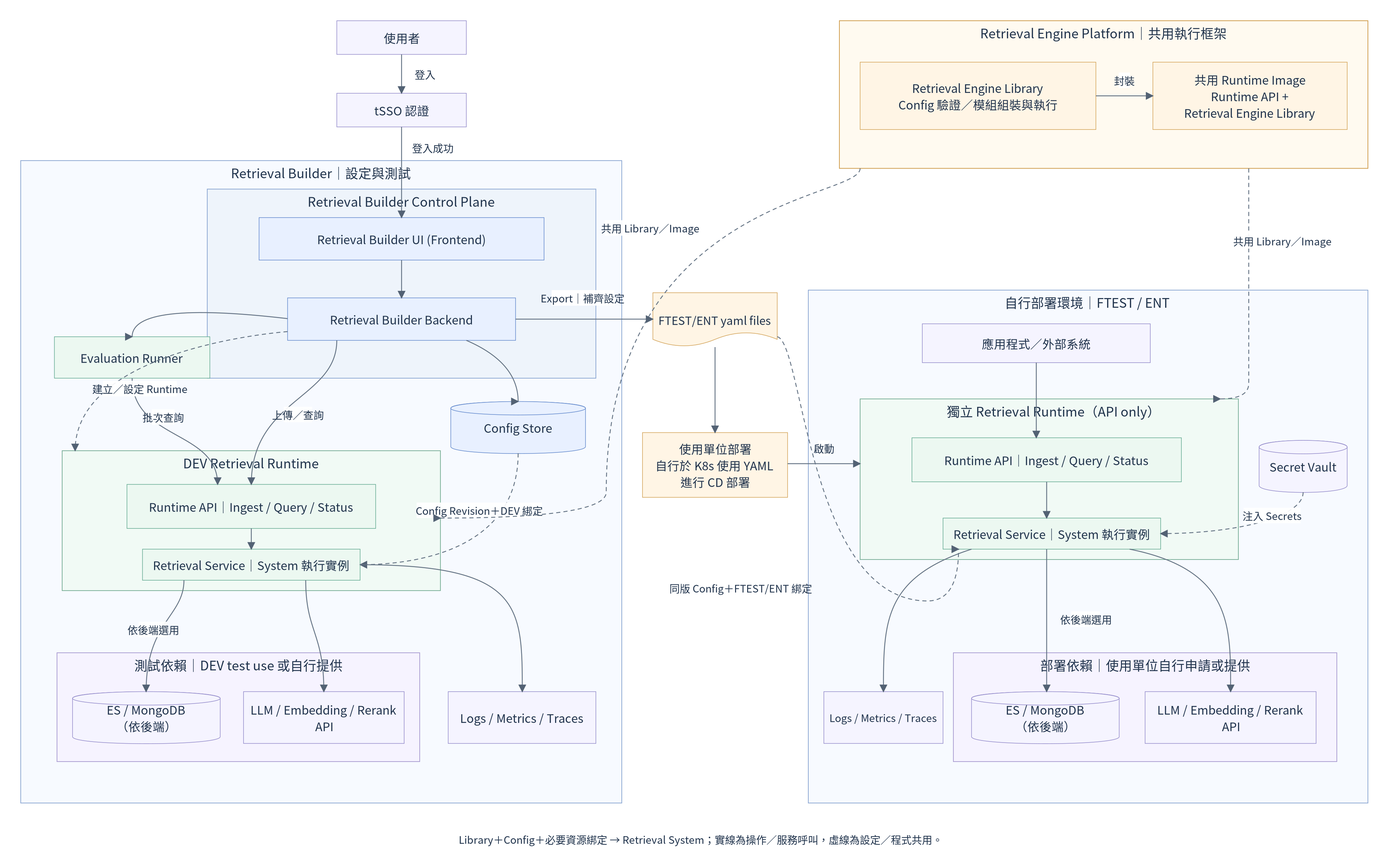
Above: diagrams/02_infra_architecture.png in SunnyWenwen/rag_platform (Mermaid), before the change. Its source is kept beside it as diagrams/02_infra_architecture.mmd.
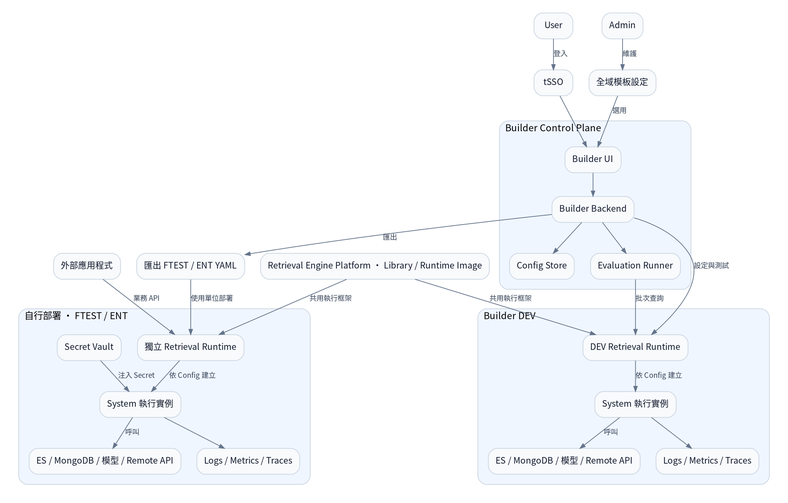
After the commit.

What changed in the source:
```diff
@@ -1,90 +1,48 @@
 flowchart TB
-
-  subgraph PLATFORM["Retrieval Engine Platform｜共用執行框架"]
-    direction TB
-    ENGINE["Retrieval Engine Library｜Config 驗證／模組組裝與執行"]
-    IMAGE["共用 Runtime Image｜Runtime API + Retrieval Engine Library"]
-    ENGINE -->|"封裝"| IMAGE
+  subgraph G0["Builder Control Plane"]
+  B["Builder UI"]
+  C["Builder Backend"]
+  DB["Config Store"]
+  EV["Evaluation Runner"]
   end
-
-  USER["使用者"] -->|"登入"| SSO["tSSO 認證"]
-  SSO -->|"登入成功"| UI
-
-  subgraph DEV["Retrieval Builder｜設定與測試"]
-    direction TB
-    subgraph CP["Retrieval Builder Control Plane"]
-      UI["Retrieval Builder UI (Frontend)"] --> BACKEND["Retrieval Builder Backend"]
-      BACKEND --> META[("Config Store")]
-    end
-
-    BACKEND -->|"上傳／檢索查詢"| DAPI
-    BACKEND --> EVAL["Evaluation Runner"]
-    EVAL -->|"批次檢索查詢"| DAPI
-
-    subgraph SANDBOX["DEV Retrieval Runtime"]
-      DAPI["Runtime API｜Ingest / Query / Status"] --> DSERVICE["Retrieval Service｜System 執行實例"]
-    end
-
-    BACKEND -.->|"建立／設定 Runtime"| SANDBOX
-    META -.->|"載入 Config Revision 與 DEV 部署綁定"| DSERVICE
-
-    DSERVICE --> DOBS["Logs / Metrics / Traces"]
-
-    subgraph DRES["測試依賴｜DEV test use 或自行提供"]
-      DSEARCH[("ES / MongoDB（依後端）")]
-      DMODEL["LLM / Embedding / Rerank API"]
-    end
-    DSERVICE -->|"依後端選用"| DSEARCH
-    DSERVICE --> DMODEL
+  subgraph G1["Builder DEV"]
+  DR["DEV Retrieval Runtime"]
+  DS["System 執行實例"]
+  DD["ES / MongoDB / 模型 / Remote API"]
+  DL["Logs / Metrics / Traces"]
   end
-
-  PLATFORM -.->|"使用共用執行框架"| SANDBOX
-  BACKEND -->|"Export｜補齊目標環境設定"| FILES@{ shape: doc, label: "FTEST/ENT yaml files" }
-  FILES --> DEPLOY["使用單位部署｜自行於 K8s 使用 YAML 進行 CD 部署"]
-
-  APP["應用程式／外部系統"] --> RAPI
-  DEPLOY -->|"以 Image＋Config＋部署設定啟動"| PROD
-
-  subgraph DEPLOYED["自行部署環境｜FTEST / ENT"]
-    direction TB
-    VAULT[("Secret Vault")]
-
-    subgraph PROD["獨立 Retrieval Runtime（API only）"]
-      direction TB
-      RAPI["Runtime API｜Ingest / Query / Status"] --> PSERVICE["Retrieval Service｜System 執行實例"]
-    end
-
-    POBS["Logs / Metrics / Traces"]
-
-    subgraph PRES["部署依賴｜使用單位自行申請或提供"]
-      PSEARCH[("ES / MongoDB（依後端）")]
-      PMODEL["LLM / Embedding / Rerank API"]
-    end
-
-    VAULT -.->|"取得／注入 Secrets"| PSERVICE
-    PSERVICE --> POBS
-    PSERVICE -->|"依後端選用"| PSEARCH
-    PSERVICE --> PMODEL
+  subgraph G2["自行部署 · FTEST / ENT"]
+  PR["獨立 Retrieval Runtime"]
+  PS["System 執行實例"]
+  V["Secret Vault"]
+  PD["ES / MongoDB / 模型 / Remote API"]
+  PL["Logs / Metrics / Traces"]
   end
-
-  PLATFORM -.->|"使用共用執行框架"| PROD
-  FILES -.->|"載入同版 Config 與 FTEST/ENT 部署綁定"| PSERVICE
-
-  classDef platform fill:#fff5e5,stroke:#cf9b4a,color:#624516
-  classDef control fill:#e8f0ff,stroke:#5881c8,color:#163459
-  classDef runtime fill:#ecf8f1,stroke:#58a389,color:#174633
-  classDef resource fill:#f5f4ff,stroke:#8c83c6,color:#372f6b
-  classDef delivery fill:#fff5e5,stroke:#cf9b4a,color:#624516
-  class ENGINE,IMAGE platform
-  class UI,BACKEND,META control
-  class DAPI,DSERVICE,EVAL,RAPI,PSERVICE runtime
-  class SSO,VAULT,DSEARCH,DMODEL,PSEARCH,PMODEL,DOBS,POBS resource
-  class FILES,DEPLOY delivery
-  style PLATFORM fill:#fffaf0,stroke:#cf9b4a
-  style DEV fill:#f7faff,stroke:#9aafc9
-  style CP fill:#eef4fb,stroke:#9aafc9
-  style SANDBOX fill:#f1faf5,stroke:#90b7a3
-  style DRES fill:#f6f3ff,stroke:#b1a3ca
-  style DEPLOYED fill:#f7faff,stroke:#9aafc9
-  style PROD fill:#f5fcf8,stroke:#90b7a3
-  style PRES fill:#f6f3ff,stroke:#b1a3ca
+  P["Retrieval Engine Platform · Library / Runtime Image"]
+  U["User"]
+  S["tSSO"]
+  A["Admin"]
+  T["全域模板設定"]
+  Y["匯出 FTEST / ENT YAML"]
+  I["外部應用程式"]
+  U --> |"登入"| S
+  S --> B
+  A --> |"維護"| T
+  T --> |"選用"| B
+  B --> C
+  C --> DB
+  C --> |"設定與測試"| DR
+  C --> EV
+  EV --> |"批次查詢"| DR
+  P --> |"共用執行框架"| DR
+  DR --> |"依 Config 建立"| DS
+  DS --> |"呼叫"| DD
+  DS --> DL
+  C --> |"匯出"| Y
+  Y --> |"使用單位部署"| PR
+  P --> |"共用執行框架"| PR
+  I --> |"業務 API"| PR
+  PR --> |"依 Config 建立"| PS
+  V --> |"注入 Secret"| PS
+  PS --> |"呼叫"| PD
+  PS --> PL
```
